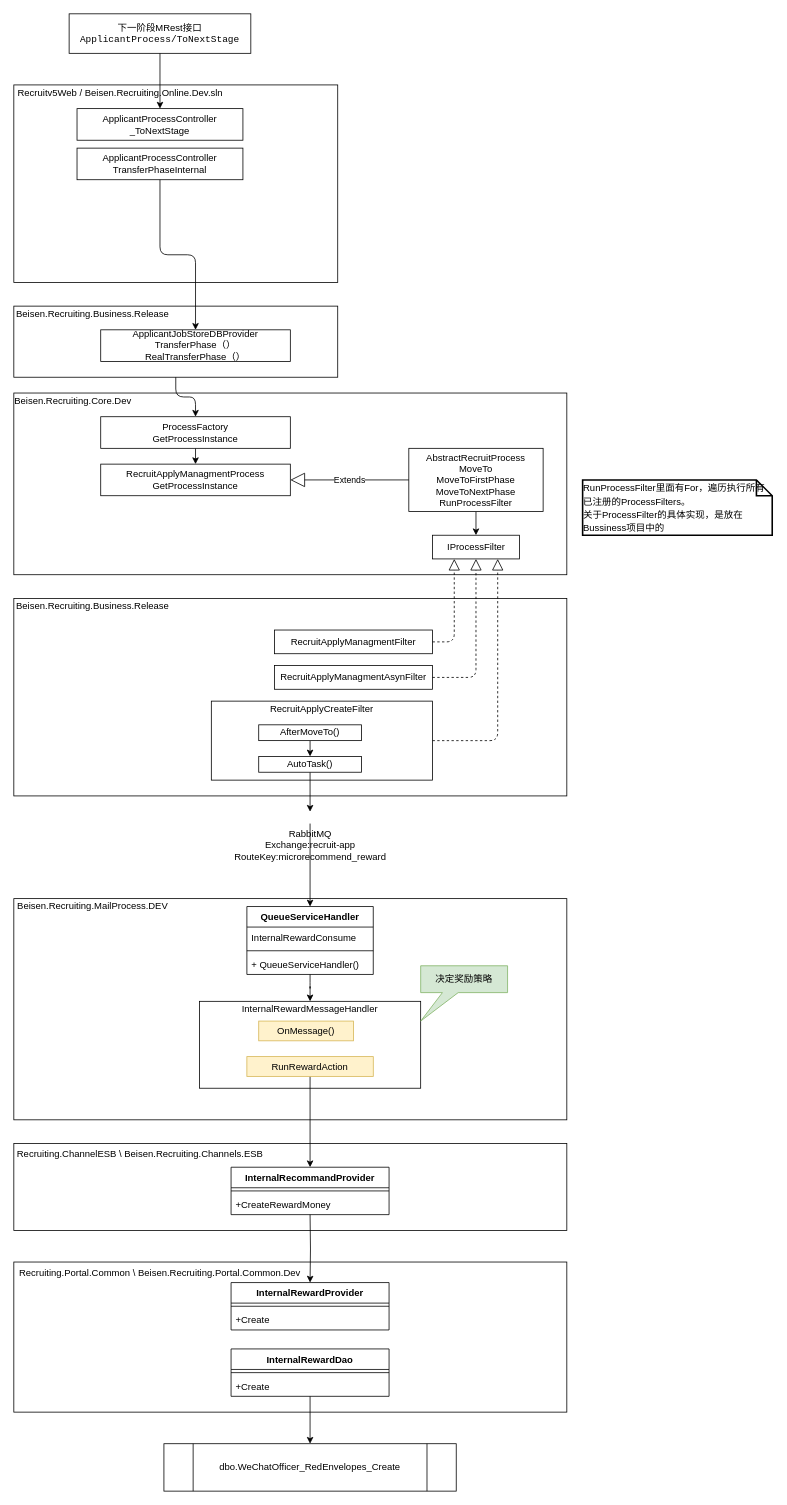
This is 转移阶段->奖励计算.drawio from Lucas20029/MyDiagrams, a draw.io file, before an edit. Source tidied: cells renumbered, new cells numbered last; positions are measured from the earlier drawing's top-left corner, leaving out a move shared by most shapes. Both pictures are drawn from the tidied source at 79%, with x=0, y=0 at pixel (13, 13).
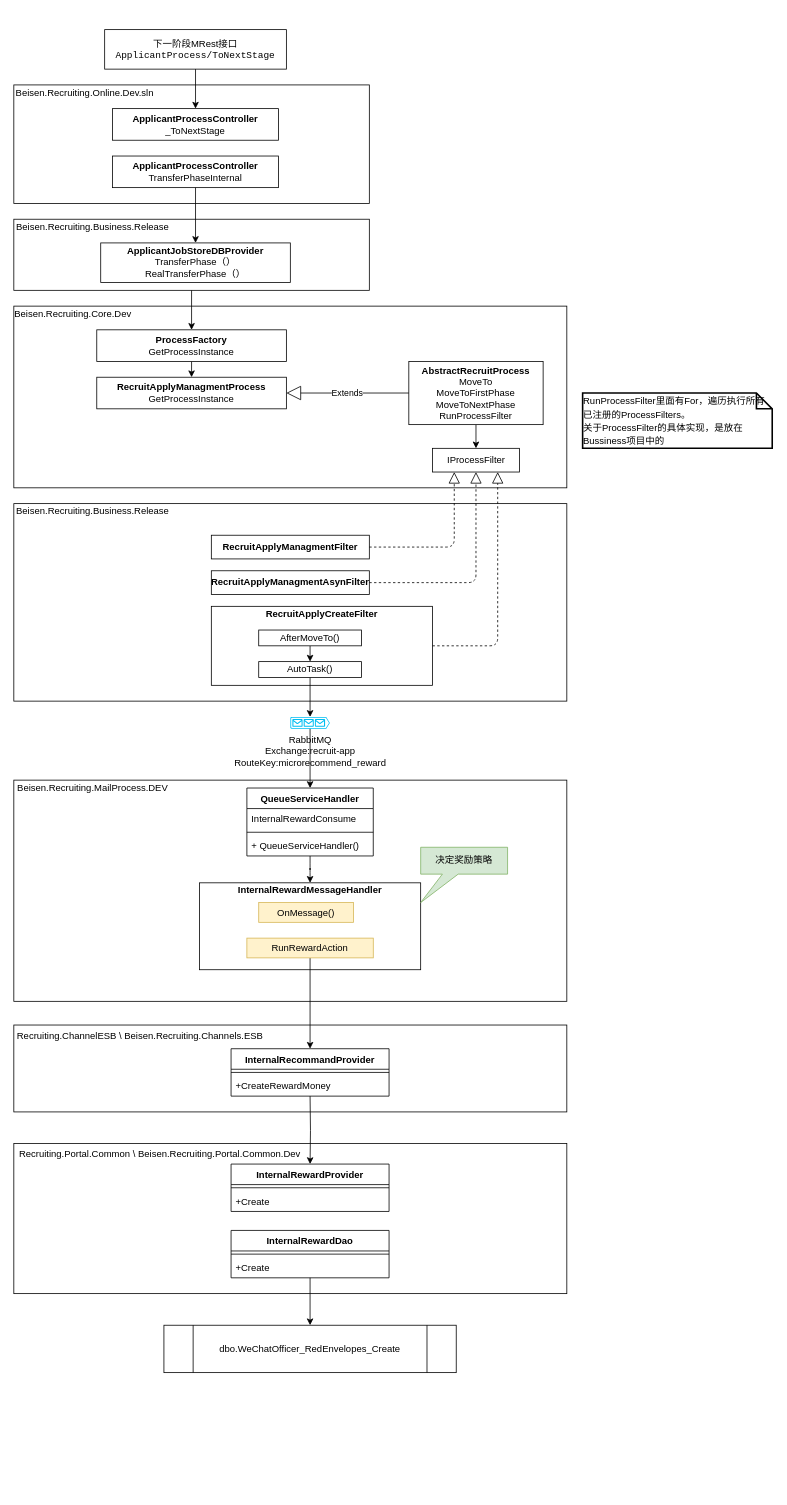
Above is the later version.

Commit message:
Update 转移阶段->奖励计算.drawio

What changed in the source:
```diff
@@
     <mxCell id="2" value="下一阶段MRest接口&lt;br&gt;&lt;span style=&quot;font-family: &amp;#34;consolas&amp;#34; , &amp;#34;lucida console&amp;#34; , &amp;#34;courier new&amp;#34; , monospace ; text-align: left&quot;&gt;ApplicantProcess/ToNextStage&lt;/span&gt;" style="whiteSpace=wrap;html=1;" parent="1" vertex="1">
-      <mxGeometry x="70" width="230" height="50" as="geometry" />
+      <mxGeometry x="115" y="20" width="230" height="50" as="geometry" />
     </mxCell>
     <mxCell id="3" style="whiteSpace=wrap;html=1;" parent="1" vertex="1">
-      <mxGeometry y="90" width="410" height="250" as="geometry" />
+      <mxGeometry y="90" width="450" height="150" as="geometry" />
     </mxCell>
-    <mxCell id="4" value="Recruitv5Web / Beisen.Recruiting.Online.Dev.sln" style="text;html=1;strokeColor=none;fillColor=none;align=center;verticalAlign=middle;whiteSpace=wrap;" parent="1" vertex="1">
-      <mxGeometry y="90" width="270" height="20" as="geometry" />
+    <mxCell id="4" value="Beisen.Recruiting.Online.Dev.sln" style="text;html=1;strokeColor=none;fillColor=none;align=center;verticalAlign=middle;whiteSpace=wrap;" parent="1" vertex="1">
+      <mxGeometry y="90" width="180" height="20" as="geometry" />
     </mxCell>
-    <mxCell id="5" value="ApplicantProcessController&lt;br&gt;_ToNextStage" style="whiteSpace=wrap;html=1;" parent="1" vertex="1">
-      <mxGeometry x="80" y="120" width="210" height="40" as="geometry" />
+    <mxCell id="5" value="&lt;b&gt;ApplicantProcessController&lt;/b&gt;&lt;br&gt;_ToNextStage" style="whiteSpace=wrap;html=1;" parent="1" vertex="1">
+      <mxGeometry x="125" y="120" width="210" height="40" as="geometry" />
     </mxCell>
-    <mxCell id="6" value="ApplicantProcessController&lt;br&gt;TransferPhaseInternal" style="whiteSpace=wrap;html=1;" parent="1" vertex="1">
-      <mxGeometry x="80" y="170" width="210" height="40" as="geometry" />
+    <mxCell id="6" value="&lt;b&gt;ApplicantProcessController&lt;/b&gt;&lt;br&gt;TransferPhaseInternal" style="whiteSpace=wrap;html=1;" parent="1" vertex="1">
+      <mxGeometry x="125" y="180" width="210" height="40" as="geometry" />
     </mxCell>
     <mxCell id="7" style="whiteSpace=wrap;html=1;" parent="1" vertex="1">
-      <mxGeometry y="370" width="410" height="90" as="geometry" />
+      <mxGeometry y="260" width="450" height="90" as="geometry" />
     </mxCell>
     <mxCell id="8" value="Beisen.Recruiting.Business.Release" style="text;html=1;strokeColor=none;fillColor=none;align=center;verticalAlign=middle;whiteSpace=wrap;" parent="1" vertex="1">
-      <mxGeometry y="370" width="200" height="20" as="geometry" />
+      <mxGeometry y="260" width="200" height="20" as="geometry" />
     </mxCell>
-    <mxCell id="9" value="ApplicantJobStoreDBProvider&lt;br&gt;TransferPhase（）&lt;br&gt;RealTransferPhase（）" style="whiteSpace=wrap;html=1;" parent="1" vertex="1">
-      <mxGeometry x="110" y="400" width="240" height="40" as="geometry" />
+    <mxCell id="9" value="&lt;b&gt;ApplicantJobStoreDBProvider&lt;/b&gt;&lt;br&gt;TransferPhase（）&lt;br&gt;RealTransferPhase（）" style="whiteSpace=wrap;html=1;" parent="1" vertex="1">
+      <mxGeometry x="110" y="290" width="240" height="50" as="geometry" />
     </mxCell>
     <mxCell id="10" style="whiteSpace=wrap;html=1;" parent="1" vertex="1">
-      <mxGeometry y="480" width="700" height="230" as="geometry" />
+      <mxGeometry y="370" width="700" height="230" as="geometry" />
     </mxCell>
     <mxCell id="11" value="Beisen.Recruiting.Core.Dev" style="text;html=1;strokeColor=none;fillColor=none;align=center;verticalAlign=middle;whiteSpace=wrap;" parent="1" vertex="1">
-      <mxGeometry y="480" width="150" height="20" as="geometry" />
+      <mxGeometry y="370" width="150" height="20" as="geometry" />
     </mxCell>
@@
-    <mxCell id="13" value="ProcessFactory&lt;br&gt;GetProcessInstance" style="whiteSpace=wrap;html=1;" parent="1" vertex="1">
-      <mxGeometry x="110" y="510" width="240" height="40" as="geometry" />
+    <mxCell id="13" value="&lt;b&gt;ProcessFactory&lt;/b&gt;&lt;br&gt;GetProcessInstance" style="whiteSpace=wrap;html=1;" parent="1" vertex="1">
+      <mxGeometry x="105" y="400" width="240" height="40" as="geometry" />
     </mxCell>
-    <mxCell id="14" value="RecruitApplyManagmentProcess&lt;br&gt;GetProcessInstance" style="whiteSpace=wrap;html=1;" parent="1" vertex="1">
-      <mxGeometry x="110" y="570" width="240" height="40" as="geometry" />
+    <mxCell id="14" value="&lt;b&gt;RecruitApplyManagmentProcess&lt;/b&gt;&lt;br&gt;GetProcessInstance" style="whiteSpace=wrap;html=1;" parent="1" vertex="1">
+      <mxGeometry x="105" y="460" width="240" height="40" as="geometry" />
     </mxCell>
@@
-    <mxCell id="16" value="AbstractRecruitProcess&lt;br&gt;MoveTo&lt;br&gt;MoveToFirstPhase&lt;br&gt;MoveToNextPhase&lt;br&gt;RunProcessFilter" style="whiteSpace=wrap;html=1;" parent="1" vertex="1">
-      <mxGeometry x="500" y="550" width="170" height="80" as="geometry" />
+    <mxCell id="16" value="&lt;b&gt;AbstractRecruitProcess&lt;br&gt;&lt;/b&gt;MoveTo&lt;br&gt;MoveToFirstPhase&lt;br&gt;MoveToNextPhase&lt;br&gt;RunProcessFilter" style="whiteSpace=wrap;html=1;" parent="1" vertex="1">
+      <mxGeometry x="500" y="440" width="170" height="80" as="geometry" />
     </mxCell>
@@
     <mxCell id="18" value="IProcessFilter" style="html=1;" parent="1" vertex="1">
-      <mxGeometry x="530" y="660" width="110" height="30" as="geometry" />
+      <mxGeometry x="530" y="550" width="110" height="30" as="geometry" />
     </mxCell>
     <mxCell id="19" value="&lt;div style=&quot;text-align: left&quot;&gt;&lt;span style=&quot;font-size: 12px ; color: rgb(0 , 0 , 0)&quot;&gt;RunProcessFilter里面有For，遍历执行所有已注册的ProcessFilters。&lt;/span&gt;&lt;/div&gt;&lt;font color=&quot;#000000&quot;&gt;&lt;div style=&quot;text-align: left&quot;&gt;&lt;span style=&quot;font-size: 12px&quot;&gt;关于ProcessFilter的具体实现，是放在Bussiness项目中的&lt;/span&gt;&lt;/div&gt;&lt;/font&gt;" style="shape=note;strokeWidth=2;fontSize=14;size=20;whiteSpace=wrap;html=1;" parent="1" vertex="1">
-      <mxGeometry x="720" y="590" width="240" height="70" as="geometry" />
+      <mxGeometry x="720" y="480" width="240" height="70" as="geometry" />
     </mxCell>
     <mxCell id="20" style="whiteSpace=wrap;html=1;" parent="1" vertex="1">
-      <mxGeometry y="740" width="700" height="250" as="geometry" />
+      <mxGeometry y="620" width="700" height="250" as="geometry" />
     </mxCell>
     <mxCell id="21" value="Beisen.Recruiting.Business.Release" style="text;html=1;strokeColor=none;fillColor=none;align=center;verticalAlign=middle;whiteSpace=wrap;" parent="1" vertex="1">
-      <mxGeometry y="740" width="200" height="20" as="geometry" />
+      <mxGeometry y="620" width="200" height="20" as="geometry" />
     </mxCell>
-    <mxCell id="22" value="&lt;span&gt;RecruitApplyManagmentAsynFilter&lt;/span&gt;" style="whiteSpace=wrap;html=1;" parent="1" vertex="1">
-      <mxGeometry x="330" y="825" width="200" height="30" as="geometry" />
+    <mxCell id="22" value="&lt;span&gt;&lt;b&gt;RecruitApplyManagmentAsynFilter&lt;/b&gt;&lt;/span&gt;" style="whiteSpace=wrap;html=1;" parent="1" vertex="1">
+      <mxGeometry x="250" y="705" width="200" height="30" as="geometry" />
     </mxCell>
-    <mxCell id="23" value="RecruitApplyManagmentFilter" style="whiteSpace=wrap;html=1;" parent="1" vertex="1">
-      <mxGeometry x="330" y="780" width="200" height="30" as="geometry" />
+    <mxCell id="23" value="&lt;b&gt;RecruitApplyManagmentFilter&lt;/b&gt;" style="whiteSpace=wrap;html=1;" parent="1" vertex="1">
+      <mxGeometry x="250" y="660" width="200" height="30" as="geometry" />
     </mxCell>
     <mxCell id="24" style="whiteSpace=wrap;html=1;" parent="1" vertex="1">
-      <mxGeometry x="250" y="870" width="280" height="100" as="geometry" />
+      <mxGeometry x="250" y="750" width="280" height="100" as="geometry" />
     </mxCell>
@@
-    <mxCell id="28" value="RecruitApplyCreateFilter" style="text;html=1;strokeColor=none;fillColor=none;align=center;verticalAlign=middle;whiteSpace=wrap;" parent="1" vertex="1">
-      <mxGeometry x="310" y="870" width="160" height="20" as="geometry" />
+    <mxCell id="28" value="&lt;b&gt;RecruitApplyCreateFilter&lt;/b&gt;" style="text;html=1;strokeColor=none;fillColor=none;align=center;verticalAlign=middle;whiteSpace=wrap;" parent="1" vertex="1">
+      <mxGeometry x="310" y="750" width="160" height="20" as="geometry" />
     </mxCell>
     <mxCell id="29" style="edgeStyle=orthogonalEdgeStyle;jettySize=auto;html=1;exitX=0.5;exitY=1;exitDx=0;exitDy=0;" parent="1" edge="1" source="30">
       <mxGeometry relative="1" as="geometry">
-        <mxPoint x="375" y="940" as="targetPoint" />
+        <mxPoint x="375" y="820" as="targetPoint" />
       </mxGeometry>
     </mxCell>
     <mxCell id="30" value="AfterMoveTo()" style="whiteSpace=wrap;html=1;" parent="1" vertex="1">
-      <mxGeometry x="310" y="900" width="130" height="20" as="geometry" />
+      <mxGeometry x="310" y="780" width="130" height="20" as="geometry" />
     </mxCell>
@@
     <mxCell id="32" value="AutoTask()" style="whiteSpace=wrap;html=1;" parent="1" vertex="1">
-      <mxGeometry x="310" y="940" width="130" height="20" as="geometry" />
+      <mxGeometry x="310" y="820" width="130" height="20" as="geometry" />
     </mxCell>
     <mxCell id="33" value="RabbitMQ&lt;br&gt;Exchange:recruit-app&lt;br&gt;RouteKey:microrecommend_reward" style="verticalLabelPosition=bottom;html=1;verticalAlign=top;align=center;strokeColor=none;shape=mxgraph.azure.queue_generic;" parent="1" vertex="1">
-      <mxGeometry x="350" y="1010" width="50" height="15" as="geometry" />
+      <mxGeometry x="350" y="890" width="50" height="15" as="geometry" />
     </mxCell>
     <mxCell id="34" style="whiteSpace=wrap;html=1;" parent="1" vertex="1">
-      <mxGeometry y="1120" width="700" height="280" as="geometry" />
+      <mxGeometry y="970" width="700" height="280" as="geometry" />
     </mxCell>
     <mxCell id="35" value="Beisen.Recruiting.MailProcess.DEV" style="text;html=1;strokeColor=none;fillColor=none;align=center;verticalAlign=middle;whiteSpace=wrap;" parent="1" vertex="1">
-      <mxGeometry y="1120" width="200" height="20" as="geometry" />
+      <mxGeometry y="970" width="200" height="20" as="geometry" />
     </mxCell>
     <mxCell id="36" value="&lt;br&gt;" style="html=1;" parent="1" vertex="1">
-      <mxGeometry x="235" y="1250" width="280" height="110" as="geometry" />
+      <mxGeometry x="235" y="1100" width="280" height="110" as="geometry" />
     </mxCell>
@@
     <mxCell id="39" value="QueueServiceHandler" style="swimlane;fontStyle=1;align=center;verticalAlign=top;horizontal=1;startSize=26;" parent="1" vertex="1">
-      <mxGeometry x="295" y="1130" width="160" height="86" as="geometry" />
+      <mxGeometry x="295" y="980" width="160" height="86" as="geometry" />
     </mxCell>
@@
     <mxCell id="44" style="html=1;" parent="1" vertex="1">
-      <mxGeometry y="1430" width="700" height="110" as="geometry" />
+      <mxGeometry y="1280" width="700" height="110" as="geometry" />
     </mxCell>
     <mxCell id="45" value="Recruiting.ChannelESB \ Beisen.Recruiting.Channels.ESB" style="text;align=center;fontStyle=0;verticalAlign=middle;spacingLeft=3;spacingRight=3;strokeColor=none;" parent="1" vertex="1">
-      <mxGeometry y="1430" width="320" height="26" as="geometry" />
+      <mxGeometry y="1280" width="320" height="26" as="geometry" />
     </mxCell>
-    <mxCell id="46" value="InternalRewardMessageHandler" style="text;html=1;strokeColor=none;fillColor=none;align=center;verticalAlign=middle;whiteSpace=wrap;" parent="1" vertex="1">
-      <mxGeometry x="255" y="1250" width="240" height="20" as="geometry" />
+    <mxCell id="46" value="&lt;b&gt;InternalRewardMessageHandler&lt;/b&gt;" style="text;html=1;strokeColor=none;fillColor=none;align=center;verticalAlign=middle;whiteSpace=wrap;" parent="1" vertex="1">
+      <mxGeometry x="255" y="1100" width="240" height="20" as="geometry" />
     </mxCell>
     <mxCell id="47" value="OnMessage()" style="whiteSpace=wrap;html=1;fillColor=#fff2cc;strokeColor=#d6b656;" parent="1" vertex="1">
-      <mxGeometry x="310" y="1275" width="120" height="25" as="geometry" />
+      <mxGeometry x="310" y="1125" width="120" height="25" as="geometry" />
     </mxCell>
@@
     <mxCell id="49" value="RunRewardAction" style="whiteSpace=wrap;html=1;fillColor=#fff2cc;strokeColor=#d6b656;" parent="1" vertex="1">
-      <mxGeometry x="295" y="1320" width="160" height="25" as="geometry" />
+      <mxGeometry x="295" y="1170" width="160" height="25" as="geometry" />
     </mxCell>
@@
     <mxCell id="51" value="InternalRecommandProvider" style="swimlane;fontStyle=1;align=center;verticalAlign=top;horizontal=1;startSize=26;" parent="1" vertex="1">
-      <mxGeometry x="275" y="1460" width="200" height="60" as="geometry" />
+      <mxGeometry x="275" y="1310" width="200" height="60" as="geometry" />
     </mxCell>
@@
     <mxCell id="54" style="html=1;" parent="1" vertex="1">
-      <mxGeometry y="1580" width="700" height="190" as="geometry" />
+      <mxGeometry y="1430" width="700" height="190" as="geometry" />
     </mxCell>
     <mxCell id="55" value="Recruiting.Portal.Common \ Beisen.Recruiting.Portal.Common.Dev" style="text;align=center;fontStyle=0;verticalAlign=middle;spacingLeft=3;spacingRight=3;strokeColor=none;" parent="1" vertex="1">
-      <mxGeometry y="1580" width="370" height="26" as="geometry" />
+      <mxGeometry y="1430" width="370" height="26" as="geometry" />
     </mxCell>
@@
     <mxCell id="57" value="dbo.WeChatOfficer_RedEnvelopes_Create" style="shape=process;whiteSpace=wrap;html=1;backgroundOutline=1;" parent="1" vertex="1">
-      <mxGeometry x="190" y="1810" width="370" height="60" as="geometry" />
+      <mxGeometry x="190" y="1660" width="370" height="60" as="geometry" />
     </mxCell>
@@
     <mxCell id="59" style="edgeStyle=orthogonalEdgeStyle;rounded=0;jettySize=auto;html=1;entryX=0.5;entryY=0;entryDx=0;entryDy=0;" parent="1" edge="1" target="60">
       <mxGeometry relative="1" as="geometry">
-        <mxPoint x="375" y="1520" as="sourcePoint" />
+        <mxPoint x="375" y="1370" as="sourcePoint" />
       </mxGeometry>
     </mxCell>
     <mxCell id="60" value="InternalRewardProvider" style="swimlane;fontStyle=1;align=center;verticalAlign=top;horizontal=1;startSize=26;" parent="1" vertex="1">
-      <mxGeometry x="275" y="1606" width="200" height="60" as="geometry" />
+      <mxGeometry x="275" y="1456" width="200" height="60" as="geometry" />
     </mxCell>
@@
     <mxCell id="63" value="InternalRewardDao" style="swimlane;fontStyle=1;align=center;verticalAlign=top;horizontal=1;startSize=26;" parent="1" vertex="1">
-      <mxGeometry x="275" y="1690" width="200" height="60" as="geometry" />
+      <mxGeometry x="275" y="1540" width="200" height="60" as="geometry" />
     </mxCell>
@@
     <mxCell id="66" value="决定奖励策略" style="shape=callout;whiteSpace=wrap;html=1;perimeter=calloutPerimeter;size=36;position=0.25;position2=0;fillColor=#d5e8d4;strokeColor=#82b366;" parent="1" vertex="1">
-      <mxGeometry x="515" y="1205" width="110" height="70" as="geometry" />
+      <mxGeometry x="515" y="1055" width="110" height="70" as="geometry" />
     </mxCell>
+    <mxCell id="67" style="verticalLabelPosition=bottom;html=1;verticalAlign=top;align=center;strokeColor=none;fillColor=#00BEF2;shape=mxgraph.azure.queue_generic;" parent="1" vertex="1">
+      <mxGeometry x="350" y="890" width="50" height="15" as="geometry" />
+    </mxCell>
```
